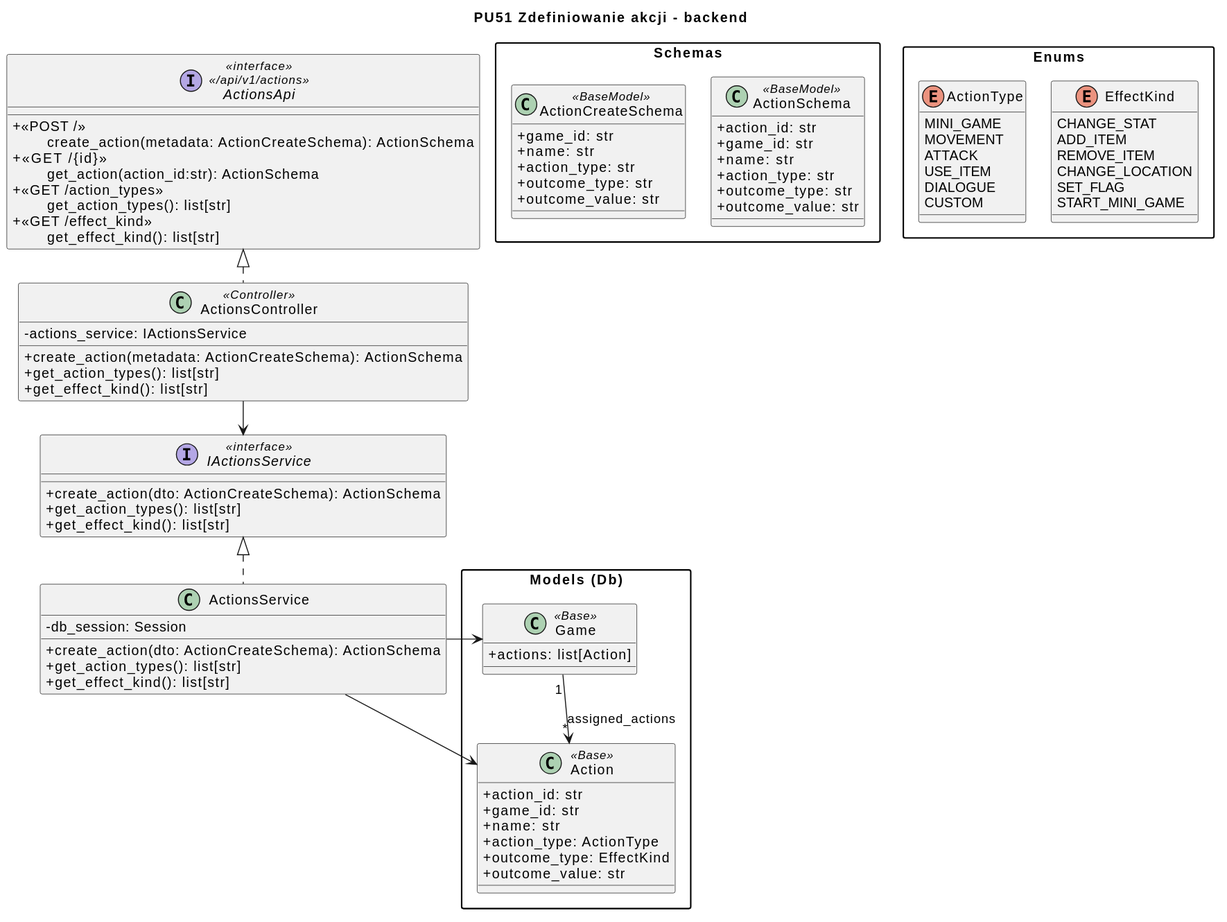
Above: diagrams/backend/rendered/action-definition.svg in Igor-Ochocki/POP-2026Z (PlantUML), before the change.
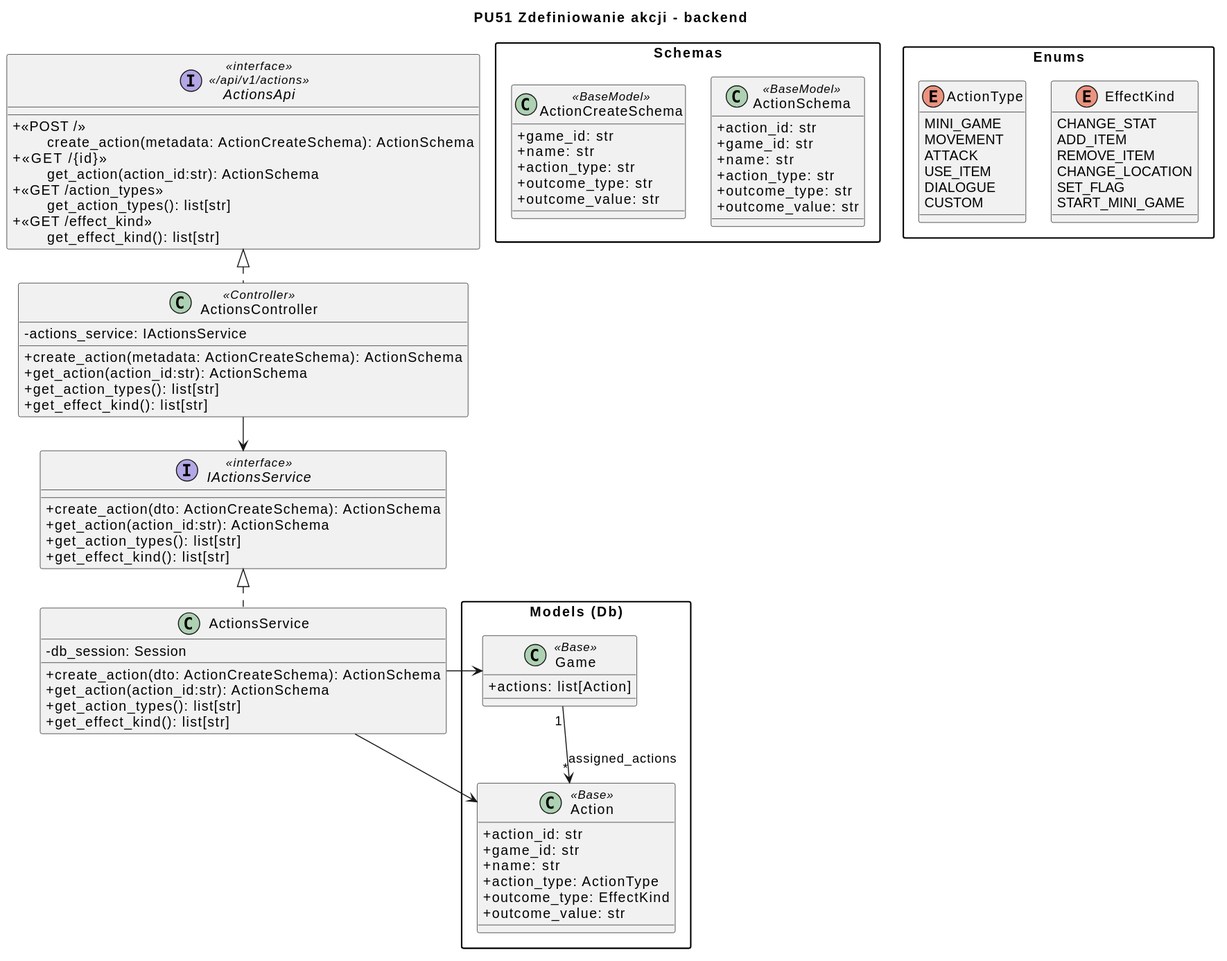
Above is the later version.

Commit message:
Poprawa diagramu backend pu51 - uzupełnienie klas o metodę get_action

What changed in the source:
```diff
@@ -19,12 +19,14 @@
 class ActionsController <<Controller>> {
     - actions_service: IActionsService
 + create_action(metadata: ActionCreateSchema): ActionSchema
++ get_action(action_id:str): ActionSchema
     + get_action_types(): list[str]
 + get_effect_kind(): list[str]
 }
 
 interface IActionsService <<interface>> {
 + create_action(dto: ActionCreateSchema): ActionSchema
++ get_action(action_id:str): ActionSchema
     + get_action_types(): list[str]
 + get_effect_kind(): list[str]
 
@@ -33,6 +35,7 @@
 class ActionsService {
     - db_session: Session
 + create_action(dto: ActionCreateSchema): ActionSchema
++ get_action(action_id:str): ActionSchema
     + get_action_types(): list[str]
 + get_effect_kind(): list[str]
 }
```
